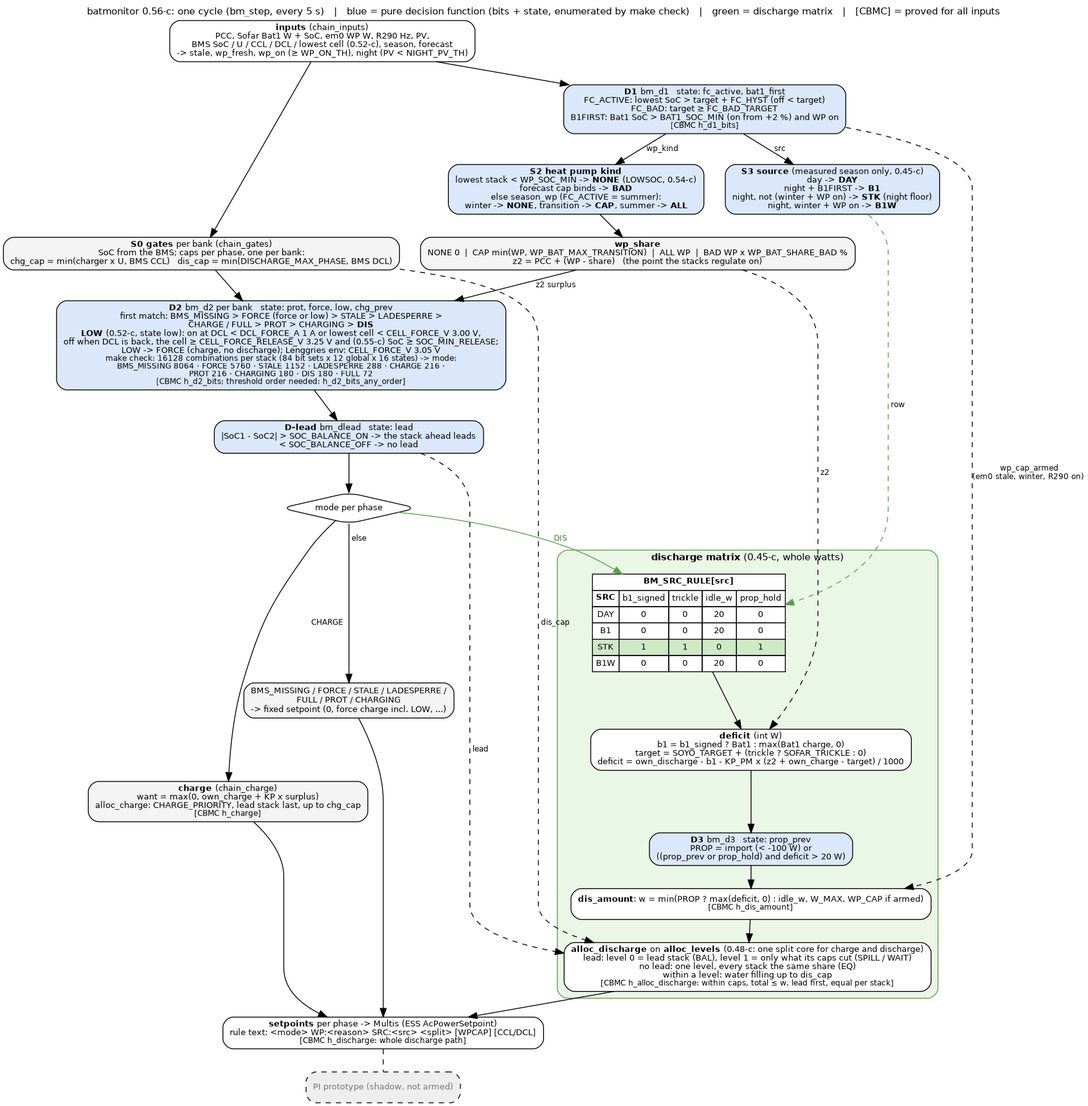
This is docs/discharge_flow.png from gerontec/victron, a Graphviz export, as it was before one commit. Its source is kept beside it as docs/discharge_flow.dot.
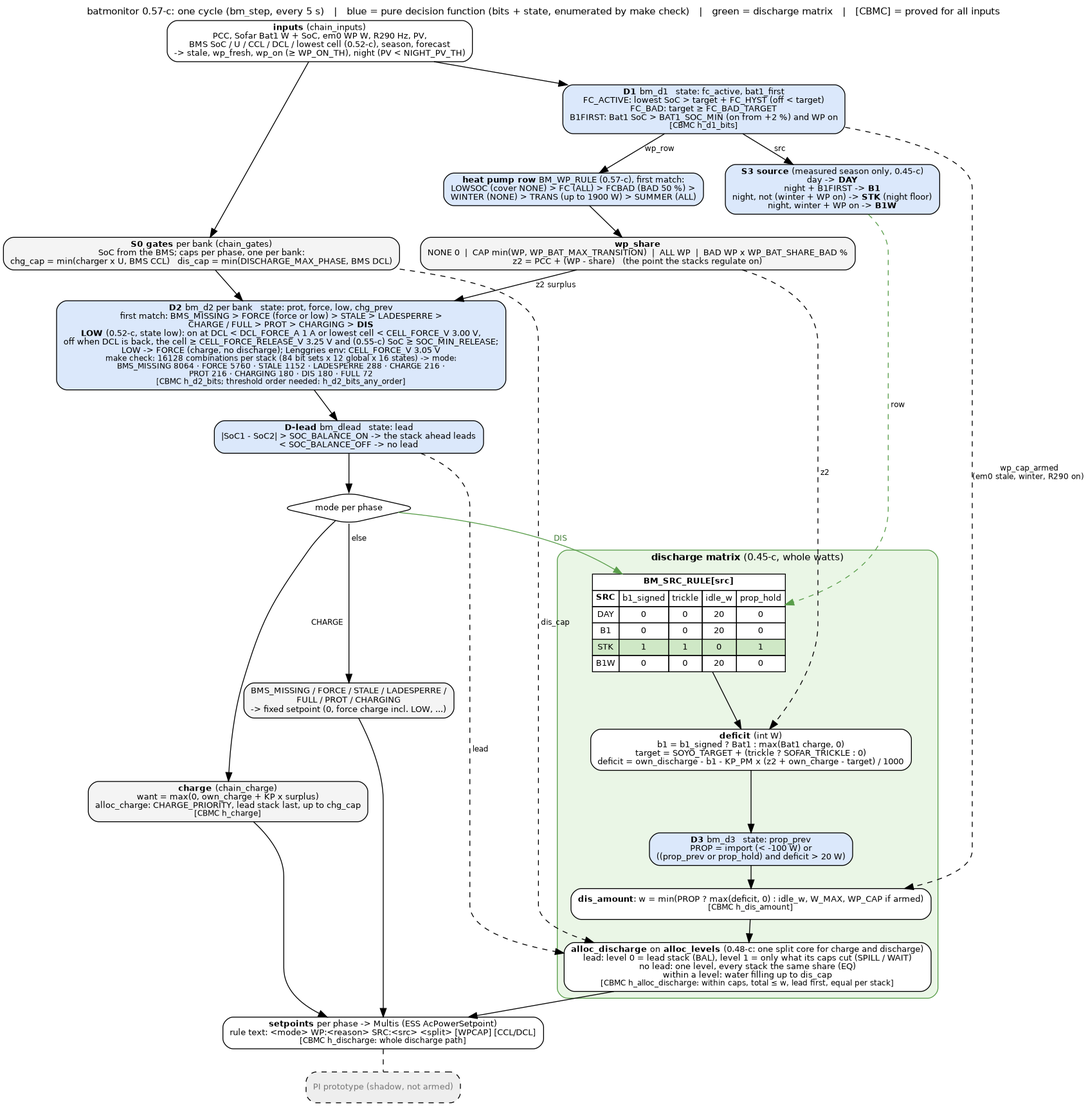
After the commit.

What changed in the source:
```diff
@@ -1,6 +1,6 @@
 digraph batmonitor {
 	graph [rankdir=TB, fontname="Helvetica", fontsize=11, nodesep=0.35, ranksep=0.35, newrank=true,
-		   label="batmonitor 0.56-c: one cycle (bm_step, every 5 s)   |   blue = pure decision function (bits + state, enumerated by make check)   |   green = discharge matrix   |   [CBMC] = proved for all inputs",
+		   label="batmonitor 0.57-c: one cycle (bm_step, every 5 s)   |   blue = pure decision function (bits + state, enumerated by make check)   |   green = discharge matrix   |   [CBMC] = proved for all inputs",
 		   labelloc=t];
 	node [shape=box, style="rounded,filled", fillcolor="#f4f4f4", fontname="Helvetica", fontsize=10];
 	edge [fontname="Helvetica", fontsize=9];
@@ -11,7 +11,7 @@
 
 	src [label=<<b>S3 source</b> (measured season only, 0.45-c)<br/>day -&gt; <b>DAY</b><br/>night + B1FIRST -&gt; <b>B1</b><br/>night, not (winter + WP on) -&gt; <b>STK</b> (night floor)<br/>night, winter + WP on -&gt; <b>B1W</b>>, fillcolor="#dbe8fb"];
 
-	wpk [label=<<b>S2 heat pump kind</b><br/>lowest stack &lt; WP_SOC_MIN -&gt; <b>NONE</b> (LOWSOC, 0.54-c)<br/>forecast cap binds -&gt; <b>BAD</b><br/>else season_wp (FC_ACTIVE = summer):<br/>winter -&gt; <b>NONE</b>, transition -&gt; <b>CAP</b>, summer -&gt; <b>ALL</b>>, fillcolor="#dbe8fb"];
+	wpk [label=<<b>heat pump row</b> BM_WP_RULE (0.57-c), first match:<br/>LOWSOC (cover NONE) &gt; FC (ALL) &gt; FCBAD (BAD 50 %) &gt;<br/>WINTER (NONE) &gt; TRANS (up to 1900 W) &gt; SUMMER (ALL)>, fillcolor="#dbe8fb"];
 
 	share [label=<<b>wp_share</b><br/>NONE 0  |  CAP min(WP, WP_BAT_MAX_TRANSITION)  |  ALL WP  |  BAD WP x WP_BAT_SHARE_BAD %<br/>z2 = PCC + (WP - share)   (the point the stacks regulate on)>];
 
@@ -49,7 +49,7 @@
 
 	in -> d1;
 	d1 -> src [label=" src"];
-	d1 -> wpk [label=" wp_kind"];
+	d1 -> wpk [label=" wp_row"];
 	wpk -> share;
 	in -> gates;
 	share -> d2 [label=" z2 surplus"];
```
